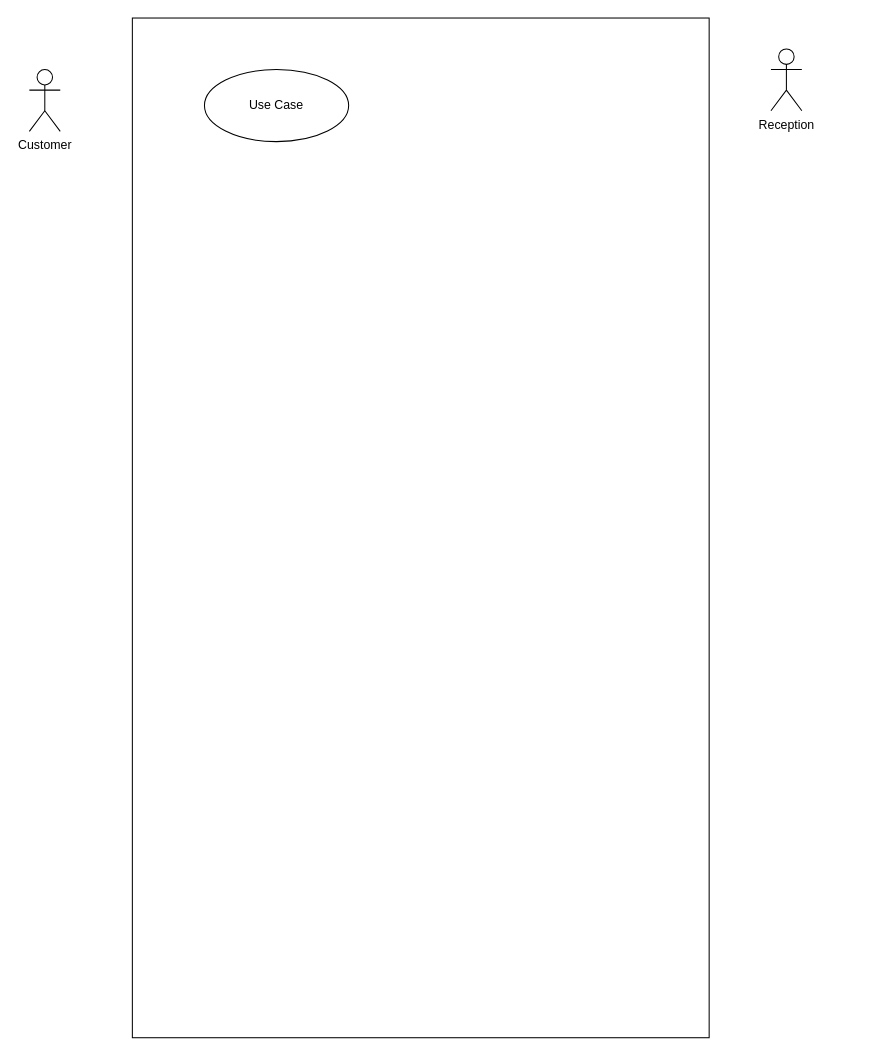
Before: Diagram/Use-case Diagram.drawio in jonathanha52/SE104.L23.PMCL, a draw.io diagram. Source tidied: cells renumbered, new cells numbered last; positions are measured from the earlier drawing's top-left corner, leaving out a move shared by most shapes. Both pictures are drawn from the tidied source at 103%, with x=0, y=0 at pixel (29, 18).
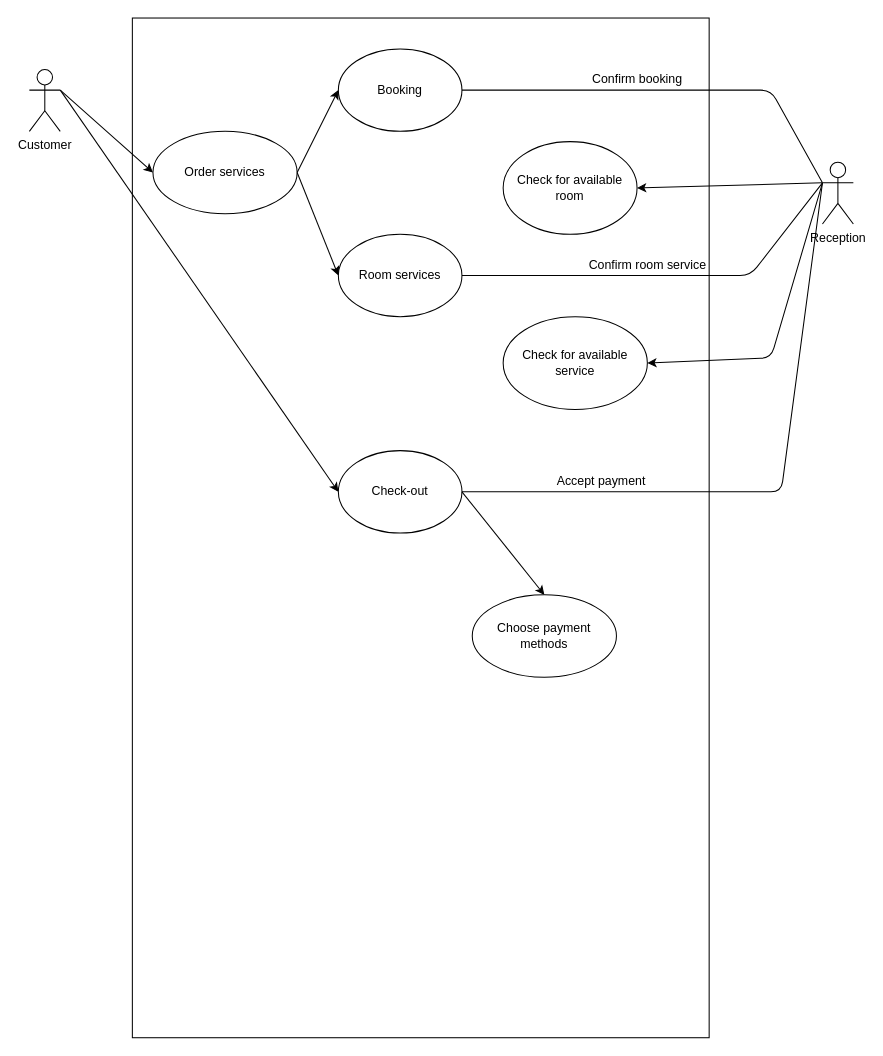
The same diagram, later.

Unchanged cells that the change refers to:
```xml
<mxCell id="3" value="Customer" style="shape=umlActor;verticalLabelPosition=bottom;verticalAlign=top;html=1;" parent="1" vertex="1">
  <mxGeometry y="50" width="30" height="60" as="geometry" />
</mxCell>
```

Diff of the diagram source:
```diff
@@
+    <mxCell id="6" style="edgeStyle=none;rounded=0;jettySize=auto;html=1;exitX=1;exitY=0.3333333333333333;exitDx=0;exitDy=0;exitPerimeter=0;entryX=0;entryY=0.5;entryDx=0;entryDy=0;" parent="1" edge="1" source="3" target="16">
+      <mxGeometry relative="1" as="geometry" />
+    </mxCell>
@@
     <mxCell id="4" value="Reception" style="shape=umlActor;verticalLabelPosition=bottom;verticalAlign=top;html=1;" parent="1" vertex="1">
-      <mxGeometry x="720" y="30" width="30" height="60" as="geometry" />
+      <mxGeometry x="770" y="140" width="30" height="60" as="geometry" />
     </mxCell>
-    <mxCell id="5" value="Use Case" style="ellipse;whiteSpace=wrap;html=1;" parent="1" vertex="1">
-      <mxGeometry x="170" y="50" width="140" height="70" as="geometry" />
+    <mxCell id="5" value="Order services" style="ellipse;whiteSpace=wrap;html=1;" parent="1" vertex="1">
+      <mxGeometry x="120" y="110" width="140" height="80" as="geometry" />
     </mxCell>
+    <mxCell id="7" value="Booking" style="ellipse;whiteSpace=wrap;html=1;" parent="1" vertex="1">
+      <mxGeometry x="300" y="30" width="120" height="80" as="geometry" />
+    </mxCell>
+    <mxCell id="8" value="Room services" style="ellipse;whiteSpace=wrap;html=1;" parent="1" vertex="1">
+      <mxGeometry x="300" y="210" width="120" height="80" as="geometry" />
+    </mxCell>
+    <mxCell id="9" style="endArrow=classic;html=1;entryX=0;entryY=0.5;entryDx=0;entryDy=0;exitX=1;exitY=0.5;exitDx=0;exitDy=0;" parent="1" edge="1" source="5" target="7">
+      <mxGeometry relative="1" as="geometry" />
+    </mxCell>
+    <mxCell id="10" style="endArrow=classic;html=1;exitX=1;exitY=0.5;exitDx=0;exitDy=0;entryX=0;entryY=0.5;entryDx=0;entryDy=0;" parent="1" edge="1" source="5" target="8">
+      <mxGeometry relative="1" as="geometry" />
+    </mxCell>
+    <mxCell id="11" style="endArrow=classic;html=1;exitX=1;exitY=0.3333333333333333;exitDx=0;exitDy=0;exitPerimeter=0;entryX=0;entryY=0.5;entryDx=0;entryDy=0;" parent="1" edge="1" source="3" target="5">
+      <mxGeometry relative="1" as="geometry" />
+    </mxCell>
+    <mxCell id="12" value="Check for available room" style="ellipse;whiteSpace=wrap;html=1;" parent="1" vertex="1">
+      <mxGeometry x="460" y="120" width="130" height="90" as="geometry" />
+    </mxCell>
+    <mxCell id="13" style="endArrow=classic;html=1;entryX=1;entryY=0.5;entryDx=0;entryDy=0;exitX=0;exitY=0.3333333333333333;exitDx=0;exitDy=0;exitPerimeter=0;" parent="1" edge="1" source="4" target="12">
+      <mxGeometry relative="1" as="geometry" />
+    </mxCell>
+    <mxCell id="14" style="endArrow=none;html=1;entryX=0;entryY=0.3333333333333333;entryDx=0;entryDy=0;entryPerimeter=0;exitX=1;exitY=0.5;exitDx=0;exitDy=0;" parent="1" edge="1" source="7" target="4">
+      <mxGeometry relative="1" as="geometry">
+        <Array as="points">
+          <mxPoint x="720" y="70" />
+        </Array>
+      </mxGeometry>
+    </mxCell>
+    <mxCell id="15" value="Confirm booking" style="text;html=1;align=center;verticalAlign=middle;strokeColor=none;" parent="1" vertex="1">
+      <mxGeometry x="540" y="50" width="100" height="20" as="geometry" />
+    </mxCell>
+    <mxCell id="16" value="Check-out" style="ellipse;whiteSpace=wrap;html=1;" parent="1" vertex="1">
+      <mxGeometry x="300" y="420" width="120" height="80" as="geometry" />
+    </mxCell>
+    <mxCell id="17" value="Check for available service" style="ellipse;whiteSpace=wrap;html=1;" parent="1" vertex="1">
+      <mxGeometry x="460" y="290" width="140" height="90" as="geometry" />
+    </mxCell>
+    <mxCell id="18" style="endArrow=classic;html=1;shadow=0;entryX=1;entryY=0.5;entryDx=0;entryDy=0;exitX=0;exitY=0.3333333333333333;exitDx=0;exitDy=0;exitPerimeter=0;" parent="1" edge="1" source="4" target="17">
+      <mxGeometry relative="1" as="geometry">
+        <Array as="points">
+          <mxPoint x="720" y="330" />
+        </Array>
+      </mxGeometry>
+    </mxCell>
+    <mxCell id="19" style="endArrow=none;html=1;shadow=0;entryX=1;entryY=0.5;entryDx=0;entryDy=0;exitX=0;exitY=0.3333333333333333;exitDx=0;exitDy=0;exitPerimeter=0;" parent="1" edge="1" source="4" target="8">
+      <mxGeometry relative="1" as="geometry">
+        <Array as="points">
+          <mxPoint x="700" y="250" />
+        </Array>
+      </mxGeometry>
+    </mxCell>
+    <mxCell id="20" value="Confirm room service" style="text;html=1;align=center;verticalAlign=middle;strokeColor=none;" parent="1" vertex="1">
+      <mxGeometry x="535" y="230" width="130" height="20" as="geometry" />
+    </mxCell>
+    <mxCell id="21" style="endArrow=none;html=1;shadow=0;entryX=1;entryY=0.5;entryDx=0;entryDy=0;exitX=0;exitY=0.3333333333333333;exitDx=0;exitDy=0;exitPerimeter=0;" parent="1" edge="1" source="4" target="16">
+      <mxGeometry relative="1" as="geometry">
+        <Array as="points">
+          <mxPoint x="730" y="460" />
+        </Array>
+      </mxGeometry>
+    </mxCell>
+    <mxCell id="22" value="Accept payment" style="text;html=1;align=center;verticalAlign=middle;strokeColor=none;" parent="1" vertex="1">
+      <mxGeometry x="505" y="440" width="100" height="20" as="geometry" />
+    </mxCell>
+    <mxCell id="23" style="endArrow=classic;html=1;shadow=0;exitX=1;exitY=0.5;exitDx=0;exitDy=0;entryX=0.5;entryY=0;entryDx=0;entryDy=0;" parent="1" edge="1" source="16" target="24">
+      <mxGeometry relative="1" as="geometry" />
+    </mxCell>
+    <mxCell id="24" value="Choose payment methods" style="ellipse;whiteSpace=wrap;html=1;" parent="1" vertex="1">
+      <mxGeometry x="430" y="560" width="140" height="80" as="geometry" />
+    </mxCell>
```
